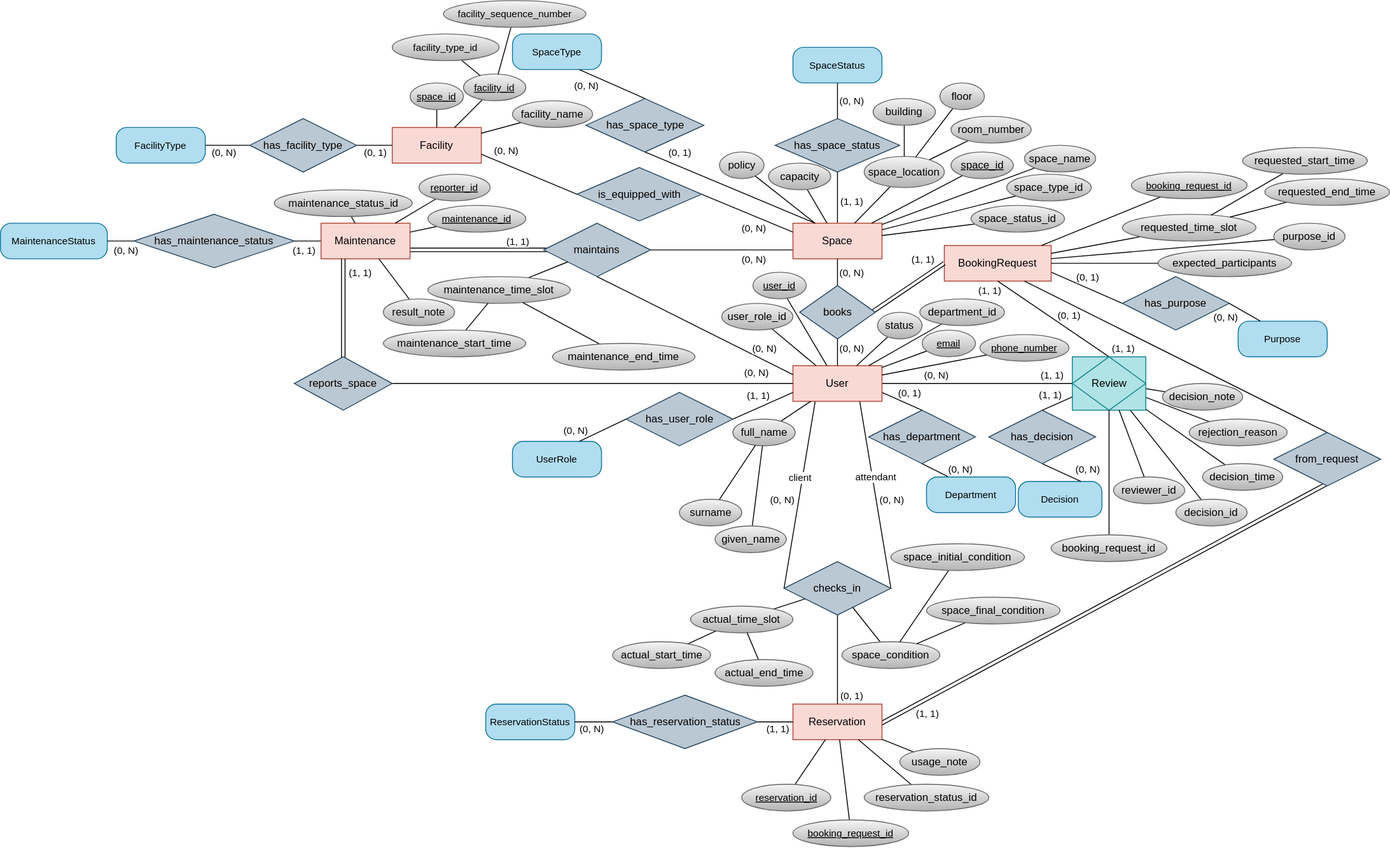
This is assets/conceptual.svg from fungusdesu/cs486-project, a draw.io export, as it was before one commit. Source tidied: cells renumbered, new cells last; positions are measured from the earlier drawing's top-left corner, leaving out a move shared by most shapes.
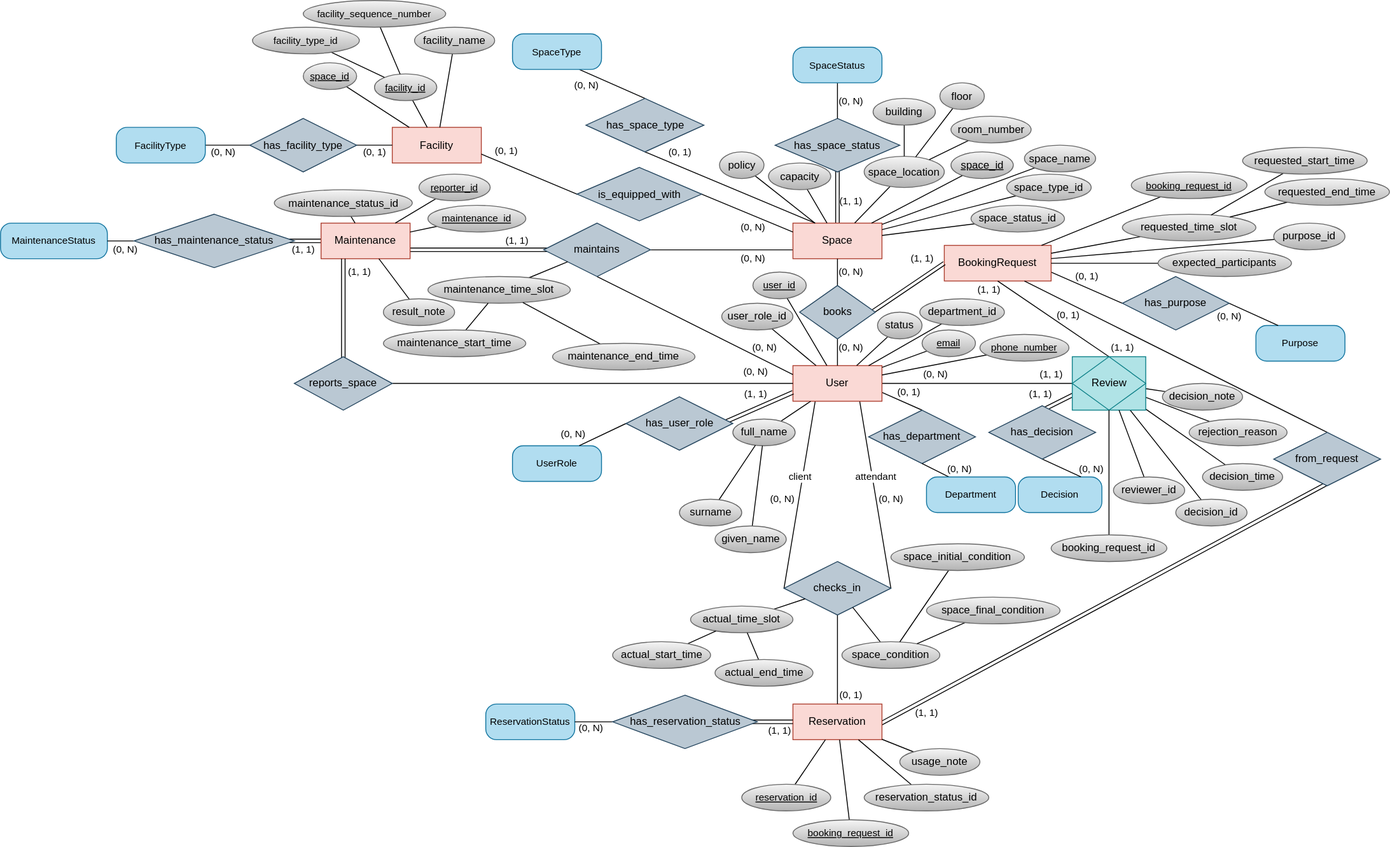
Later version of the same file.

Commit message:
added bkp files to gitignore and fixred svg diagram conceptual

What changed in the source:
```diff
@@ -2,6 +2,9 @@
   <root>
     <mxCell id="0" />
     <mxCell id="1" parent="0" />
+    <mxCell id="199" style="edgeStyle=none;shape=link;rounded=0;jettySize=auto;html=1;exitX=0.076;exitY=0.667;exitDx=0;exitDy=0;entryX=0.417;entryY=0.167;entryDx=0;entryDy=0;strokeColor=default;align=center;verticalAlign=middle;fontFamily=Helvetica;fontSize=11;fontColor=default;labelBackgroundColor=default;endArrow=none;endFill=0;exitPerimeter=0;entryPerimeter=0;" parent="1" edge="1" source="156" target="198">
+      <mxGeometry relative="1" as="geometry" />
+    </mxCell>
     <mxCell id="2" style="rounded=0;jettySize=auto;html=1;entryX=0.978;entryY=0.56;entryDx=0;entryDy=0;endArrow=none;endFill=0;exitX=0.542;exitY=0.911;exitDx=0;exitDy=0;shape=link;entryPerimeter=0;exitPerimeter=0;" parent="1" edge="1" source="32" target="16">
       <mxGeometry relative="1" as="geometry" />
     </mxCell>
@@ -11,7 +14,7 @@
     <mxCell id="4" style="rounded=0;jettySize=auto;html=1;exitX=0;exitY=0.75;exitDx=0;exitDy=0;entryX=1;entryY=0.5;entryDx=0;entryDy=0;endArrow=none;endFill=0;" parent="1" edge="1" source="6" target="34">
       <mxGeometry relative="1" as="geometry" />
     </mxCell>
-    <mxCell id="5" style="edgeStyle=none;shape=connector;rounded=0;jettySize=auto;html=1;exitX=0.5;exitY=0;exitDx=0;exitDy=0;entryX=0.5;entryY=1;entryDx=0;entryDy=0;strokeColor=default;align=center;verticalAlign=middle;fontFamily=Helvetica;fontSize=11;fontColor=default;labelBackgroundColor=default;endArrow=none;endFill=0;" parent="1" edge="1" source="6" target="175">
+    <mxCell id="5" style="edgeStyle=none;shape=link;rounded=0;jettySize=auto;html=1;exitX=0.5;exitY=0;exitDx=0;exitDy=0;strokeColor=default;align=center;verticalAlign=middle;fontFamily=Helvetica;fontSize=11;fontColor=default;labelBackgroundColor=default;endArrow=none;endFill=0;curved=0;entryX=0.5;entryY=0.792;entryDx=0;entryDy=0;entryPerimeter=0;" parent="1" edge="1" source="6" target="175">
       <mxGeometry relative="1" as="geometry" />
     </mxCell>
     <mxCell id="6" value="&lt;div&gt;Space&lt;/div&gt;" style="whiteSpace=wrap;html=1;align=center;fillColor=#fad9d5;strokeColor=#ae4132;" parent="1" vertex="1">
@@ -54,7 +57,7 @@
     <mxCell id="17" style="rounded=0;jettySize=auto;html=1;exitX=1;exitY=0.75;exitDx=0;exitDy=0;entryX=0.035;entryY=0.5;entryDx=0;entryDy=0;endArrow=none;endFill=0;shape=link;entryPerimeter=0;" parent="1" edge="1" source="19" target="34">
       <mxGeometry relative="1" as="geometry" />
     </mxCell>
-    <mxCell id="18" style="edgeStyle=none;shape=connector;rounded=0;jettySize=auto;html=1;exitX=0;exitY=0.5;exitDx=0;exitDy=0;entryX=1;entryY=0.5;entryDx=0;entryDy=0;strokeColor=default;align=center;verticalAlign=middle;fontFamily=Helvetica;fontSize=11;fontColor=default;labelBackgroundColor=default;endArrow=none;endFill=0;" parent="1" edge="1" source="19" target="210">
+    <mxCell id="18" style="edgeStyle=none;shape=link;rounded=0;jettySize=auto;html=1;exitX=0;exitY=0.5;exitDx=0;exitDy=0;strokeColor=default;align=center;verticalAlign=middle;fontFamily=Helvetica;fontSize=11;fontColor=default;labelBackgroundColor=default;endArrow=none;endFill=0;entryX=0.944;entryY=0.5;entryDx=0;entryDy=0;entryPerimeter=0;" parent="1" edge="1" source="19" target="210">
       <mxGeometry relative="1" as="geometry" />
     </mxCell>
     <mxCell id="19" value="Maintenance" style="whiteSpace=wrap;html=1;align=center;fillColor=#fad9d5;strokeColor=#ae4132;" parent="1" vertex="1">
@@ -63,7 +66,7 @@
     <mxCell id="20" style="rounded=0;jettySize=auto;html=1;endArrow=none;endFill=0;exitX=0;exitY=0.5;exitDx=0;exitDy=0;entryX=1;entryY=0.75;entryDx=0;entryDy=0;" parent="1" edge="1" source="23" target="3">
       <mxGeometry relative="1" as="geometry" />
     </mxCell>
-    <mxCell id="21" value="(0, N)" style="edgeLabel;html=1;align=center;verticalAlign=middle;fontFamily=Helvetica;fontSize=11;fontColor=default;labelBackgroundColor=default;" parent="20" vertex="1">
+    <mxCell id="21" value="(0, 1)" style="edgeLabel;html=1;align=center;verticalAlign=middle;fontFamily=Helvetica;fontSize=11;fontColor=default;labelBackgroundColor=default;" parent="20" vertex="1">
       <mxGeometry x="0.43" y="-1" relative="1" as="geometry">
         <mxPoint x="-4" y="-16" as="offset" />
       </mxGeometry>
@@ -227,31 +230,31 @@
       <mxGeometry relative="1" as="geometry" />
     </mxCell>
     <mxCell id="74" value="facility_id" style="ellipse;whiteSpace=wrap;html=1;align=center;fontStyle=4;fontFamily=Helvetica;fontSize=11;labelBackgroundColor=none;fillColor=#f5f5f5;gradientColor=#b3b3b3;strokeColor=#666666;" parent="1" vertex="1">
-      <mxGeometry x="520" y="82.5" width="70" height="30" as="geometry" />
+      <mxGeometry x="420" y="82.5" width="70" height="30" as="geometry" />
     </mxCell>
     <mxCell id="75" style="edgeStyle=none;shape=connector;rounded=0;jettySize=auto;html=1;strokeColor=default;align=center;verticalAlign=middle;fontFamily=Helvetica;fontSize=11;fontColor=default;labelBackgroundColor=default;endArrow=none;endFill=0;" parent="1" edge="1" source="76" target="3">
       <mxGeometry relative="1" as="geometry" />
     </mxCell>
     <mxCell id="76" value="space_id" style="ellipse;whiteSpace=wrap;html=1;align=center;fontStyle=4;fontFamily=Helvetica;fontSize=11;labelBackgroundColor=none;fillColor=#f5f5f5;gradientColor=#b3b3b3;strokeColor=#666666;" parent="1" vertex="1">
-      <mxGeometry x="460" y="92.5" width="60" height="30" as="geometry" />
+      <mxGeometry x="340" y="70" width="60" height="30" as="geometry" />
     </mxCell>
     <mxCell id="77" style="edgeStyle=none;shape=connector;rounded=0;jettySize=auto;html=1;strokeColor=default;align=center;verticalAlign=middle;fontFamily=Helvetica;fontSize=11;fontColor=default;labelBackgroundColor=default;endArrow=none;endFill=0;" parent="1" edge="1" source="78" target="3">
       <mxGeometry relative="1" as="geometry" />
     </mxCell>
     <mxCell id="78" value="facility_name" style="ellipse;whiteSpace=wrap;html=1;align=center;fillColor=#f5f5f5;gradientColor=#b3b3b3;strokeColor=#666666;labelBackgroundColor=none;" parent="1" vertex="1">
-      <mxGeometry x="575" y="112.5" width="90" height="30" as="geometry" />
+      <mxGeometry x="465" y="30" width="90" height="30" as="geometry" />
     </mxCell>
     <mxCell id="79" style="edgeStyle=none;shape=connector;rounded=0;jettySize=auto;html=1;strokeColor=default;align=center;verticalAlign=middle;fontFamily=Helvetica;fontSize=11;fontColor=default;labelBackgroundColor=default;endArrow=none;endFill=0;" parent="1" edge="1" source="80" target="74">
       <mxGeometry relative="1" as="geometry" />
     </mxCell>
     <mxCell id="80" value="facility_type_id" style="ellipse;whiteSpace=wrap;html=1;align=center;fontStyle=0;fontFamily=Helvetica;fontSize=11;labelBackgroundColor=none;fillColor=#f5f5f5;gradientColor=#b3b3b3;strokeColor=#666666;" parent="1" vertex="1">
-      <mxGeometry x="440" y="37.5" width="120" height="30" as="geometry" />
+      <mxGeometry x="283" y="30" width="120" height="30" as="geometry" />
     </mxCell>
     <mxCell id="81" style="edgeStyle=none;shape=connector;rounded=0;jettySize=auto;html=1;strokeColor=default;align=center;verticalAlign=middle;fontFamily=Helvetica;fontSize=11;fontColor=default;labelBackgroundColor=default;endArrow=none;endFill=0;" parent="1" edge="1" source="82" target="74">
       <mxGeometry relative="1" as="geometry" />
     </mxCell>
     <mxCell id="82" value="facility_sequence_number" style="ellipse;whiteSpace=wrap;html=1;align=center;fontStyle=0;fontFamily=Helvetica;fontSize=11;labelBackgroundColor=none;fillColor=#f5f5f5;gradientColor=#b3b3b3;strokeColor=#666666;" parent="1" vertex="1">
-      <mxGeometry x="497.5" width="160" height="30" as="geometry" />
+      <mxGeometry x="340" width="160" height="30" as="geometry" />
     </mxCell>
     <mxCell id="83" style="edgeStyle=none;shape=connector;rounded=0;jettySize=auto;html=1;strokeColor=default;align=center;verticalAlign=middle;fontFamily=Helvetica;fontSize=11;fontColor=default;labelBackgroundColor=default;endArrow=none;endFill=0;" parent="1" edge="1" source="84" target="15">
       <mxGeometry relative="1" as="geometry" />
@@ -495,9 +498,6 @@
     <mxCell id="162" value="reviewer_id" style="ellipse;whiteSpace=wrap;html=1;align=center;fillColor=#f5f5f5;gradientColor=#b3b3b3;strokeColor=#666666;labelBackgroundColor=none;" parent="1" vertex="1">
       <mxGeometry x="1250" y="535" width="80" height="30" as="geometry" />
     </mxCell>
-    <mxCell id="163" value="SpaceType" style="rounded=1;arcSize=30;whiteSpace=wrap;html=1;align=center;fontFamily=Helvetica;fontSize=11;labelBackgroundColor=none;glass=0;shadow=0;perimeterSpacing=0;strokeWidth=1;fillColor=#b1ddf0;strokeColor=#10739e;" parent="1" vertex="1">
-      <mxGeometry x="575" y="37.5" width="100" height="40" as="geometry" />
-    </mxCell>
     <mxCell id="164" style="edgeStyle=none;shape=connector;rounded=0;jettySize=auto;html=1;exitX=0.5;exitY=1;exitDx=0;exitDy=0;entryX=0.25;entryY=0;entryDx=0;entryDy=0;strokeColor=default;align=center;verticalAlign=middle;fontFamily=Helvetica;fontSize=11;fontColor=default;labelBackgroundColor=default;endArrow=none;endFill=0;" parent="1" edge="1" source="166" target="6">
       <mxGeometry relative="1" as="geometry" />
     </mxCell>
@@ -514,24 +514,24 @@
       <mxGeometry x="762.5" y="170" as="geometry" />
     </mxCell>
     <mxCell id="169" value="UserRole" style="rounded=1;arcSize=30;whiteSpace=wrap;html=1;align=center;fontFamily=Helvetica;fontSize=11;labelBackgroundColor=none;glass=0;shadow=0;perimeterSpacing=0;strokeWidth=1;fillColor=#b1ddf0;strokeColor=#10739e;" parent="1" vertex="1">
-      <mxGeometry x="575" y="495" width="100" height="40" as="geometry" />
+      <mxGeometry x="575" y="500" width="100" height="40" as="geometry" />
     </mxCell>
-    <mxCell id="170" style="edgeStyle=none;shape=connector;rounded=0;jettySize=auto;html=1;exitX=1;exitY=0.5;exitDx=0;exitDy=0;strokeColor=default;align=center;verticalAlign=middle;fontFamily=Helvetica;fontSize=11;fontColor=default;labelBackgroundColor=default;endArrow=none;endFill=0;entryX=0;entryY=0.75;entryDx=0;entryDy=0;" parent="1" edge="1" source="172" target="13">
+    <mxCell id="170" style="edgeStyle=none;shape=link;rounded=0;jettySize=auto;html=1;exitX=0.896;exitY=0.5;exitDx=0;exitDy=0;strokeColor=default;align=center;verticalAlign=middle;fontFamily=Helvetica;fontSize=11;fontColor=default;labelBackgroundColor=default;endArrow=none;endFill=0;entryX=0;entryY=0.75;entryDx=0;entryDy=0;exitPerimeter=0;" parent="1" edge="1" source="172" target="13">
       <mxGeometry relative="1" as="geometry" />
     </mxCell>
     <mxCell id="171" style="edgeStyle=none;shape=connector;rounded=0;jettySize=auto;html=1;exitX=0;exitY=0.5;exitDx=0;exitDy=0;entryX=0.75;entryY=0;entryDx=0;entryDy=0;strokeColor=default;align=center;verticalAlign=middle;fontFamily=Helvetica;fontSize=11;fontColor=default;labelBackgroundColor=default;endArrow=none;endFill=0;" parent="1" edge="1" source="172" target="169">
       <mxGeometry relative="1" as="geometry" />
     </mxCell>
     <mxCell id="172" value="has_user_role" style="shape=rhombus;perimeter=rhombusPerimeter;whiteSpace=wrap;html=1;align=center;strokeColor=#23445d;verticalAlign=middle;fontFamily=Helvetica;fontSize=12;fillColor=#bac8d3;fontColor=default;" parent="1" vertex="1">
-      <mxGeometry x="702.5" y="440" width="120" height="60" as="geometry" />
+      <mxGeometry x="702.5" y="445" width="120" height="60" as="geometry" />
     </mxCell>
     <mxCell id="173" value="(1, 1)" style="edgeLabel;html=1;align=center;verticalAlign=middle;fontFamily=Helvetica;fontSize=11;fontColor=default;labelBackgroundColor=default;" parent="1" vertex="1">
-      <mxGeometry x="852" y="446" as="geometry">
+      <mxGeometry x="850" y="445" as="geometry">
         <mxPoint x="-2" y="-3" as="offset" />
       </mxGeometry>
     </mxCell>
     <mxCell id="174" value="(0, N)" style="edgeLabel;html=1;align=center;verticalAlign=middle;fontFamily=Helvetica;fontSize=11;fontColor=default;labelBackgroundColor=default;" parent="1" vertex="1">
-      <mxGeometry x="647.5" y="485" as="geometry">
+      <mxGeometry x="645" y="490" as="geometry">
         <mxPoint x="-2" y="-3" as="offset" />
       </mxGeometry>
     </mxCell>
@@ -584,7 +584,7 @@
       <mxGeometry x="420" y="170" as="geometry" />
     </mxCell>
     <mxCell id="191" value="Purpose" style="rounded=1;arcSize=30;whiteSpace=wrap;html=1;align=center;fontFamily=Helvetica;fontSize=11;labelBackgroundColor=none;glass=0;shadow=0;perimeterSpacing=0;strokeWidth=1;fillColor=#b1ddf0;strokeColor=#10739e;" parent="1" vertex="1">
-      <mxGeometry x="1390" y="360" width="100" height="40" as="geometry" />
+      <mxGeometry x="1410" y="365" width="100" height="40" as="geometry" />
     </mxCell>
     <mxCell id="192" style="edgeStyle=none;shape=connector;rounded=0;jettySize=auto;html=1;exitX=1;exitY=0.5;exitDx=0;exitDy=0;entryX=0.25;entryY=0;entryDx=0;entryDy=0;strokeColor=default;align=center;verticalAlign=middle;fontFamily=Helvetica;fontSize=11;fontColor=default;labelBackgroundColor=default;endArrow=none;endFill=0;" parent="1" edge="1" source="193" target="191">
       <mxGeometry relative="1" as="geometry" />
@@ -596,32 +596,29 @@
       <mxGeometry x="1220" y="310" as="geometry" />
     </mxCell>
     <mxCell id="195" value="(0, N)" style="edgeLabel;html=1;align=center;verticalAlign=middle;fontFamily=Helvetica;fontSize=11;fontColor=default;labelBackgroundColor=default;" parent="1" vertex="1">
-      <mxGeometry x="1375" y="355" as="geometry" />
+      <mxGeometry x="1380" y="355" as="geometry" />
     </mxCell>
     <mxCell id="196" value="Decision" style="rounded=1;arcSize=30;whiteSpace=wrap;html=1;align=center;fontFamily=Helvetica;fontSize=11;labelBackgroundColor=none;glass=0;shadow=0;perimeterSpacing=0;strokeWidth=1;fillColor=#b1ddf0;strokeColor=#10739e;" parent="1" vertex="1">
-      <mxGeometry x="1143" y="540" width="94" height="40" as="geometry" />
+      <mxGeometry x="1143" y="535" width="94" height="40" as="geometry" />
     </mxCell>
     <mxCell id="197" style="edgeStyle=none;shape=connector;rounded=0;jettySize=auto;html=1;exitX=0.5;exitY=1;exitDx=0;exitDy=0;entryX=0.75;entryY=0;entryDx=0;entryDy=0;strokeColor=default;align=center;verticalAlign=middle;fontFamily=Helvetica;fontSize=11;fontColor=default;labelBackgroundColor=default;endArrow=none;endFill=0;" parent="1" edge="1" source="198" target="196">
       <mxGeometry relative="1" as="geometry" />
     </mxCell>
     <mxCell id="198" value="has_decision" style="shape=rhombus;perimeter=rhombusPerimeter;whiteSpace=wrap;html=1;align=center;strokeColor=#23445d;verticalAlign=middle;fontFamily=Helvetica;fontSize=12;fillColor=#bac8d3;fontColor=default;" parent="1" vertex="1">
-      <mxGeometry x="1110" y="460" width="120" height="60" as="geometry" />
+      <mxGeometry x="1110" y="455" width="120" height="60" as="geometry" />
     </mxCell>
-    <mxCell id="199" style="edgeStyle=none;shape=connector;rounded=0;jettySize=auto;html=1;exitX=0;exitY=0.75;exitDx=0;exitDy=0;entryX=0.5;entryY=0;entryDx=0;entryDy=0;strokeColor=default;align=center;verticalAlign=middle;fontFamily=Helvetica;fontSize=11;fontColor=default;labelBackgroundColor=default;endArrow=none;endFill=0;" parent="1" edge="1" source="156" target="198">
-      <mxGeometry relative="1" as="geometry" />
-    </mxCell>
     <mxCell id="200" value="(1, 1)" style="edgeLabel;html=1;align=center;verticalAlign=middle;fontFamily=Helvetica;fontSize=11;fontColor=default;labelBackgroundColor=default;" parent="1" vertex="1">
-      <mxGeometry x="1180" y="445" as="geometry">
+      <mxGeometry x="1170" y="445" as="geometry">
         <mxPoint x="-2" y="-3" as="offset" />
       </mxGeometry>
     </mxCell>
     <mxCell id="201" value="(0, N)" style="edgeLabel;html=1;align=center;verticalAlign=middle;fontFamily=Helvetica;fontSize=11;fontColor=default;labelBackgroundColor=default;" parent="1" vertex="1">
-      <mxGeometry x="1220" y="526" as="geometry" />
+      <mxGeometry x="1225" y="526" as="geometry" />
     </mxCell>
     <mxCell id="202" value="ReservationStatus" style="rounded=1;arcSize=30;whiteSpace=wrap;html=1;align=center;fontFamily=Helvetica;fontSize=11;labelBackgroundColor=none;glass=0;shadow=0;perimeterSpacing=0;strokeWidth=1;fillColor=#b1ddf0;strokeColor=#10739e;" parent="1" vertex="1">
       <mxGeometry x="545" y="790" width="100" height="40" as="geometry" />
     </mxCell>
-    <mxCell id="203" style="edgeStyle=none;shape=connector;rounded=0;jettySize=auto;html=1;exitX=1;exitY=0.5;exitDx=0;exitDy=0;entryX=0;entryY=0.5;entryDx=0;entryDy=0;strokeColor=default;align=center;verticalAlign=middle;fontFamily=Helvetica;fontSize=11;fontColor=default;labelBackgroundColor=default;endArrow=none;endFill=0;" parent="1" edge="1" source="205" target="16">
+    <mxCell id="203" style="edgeStyle=none;shape=link;rounded=0;jettySize=auto;html=1;exitX=0.938;exitY=0.5;exitDx=0;exitDy=0;entryX=0;entryY=0.5;entryDx=0;entryDy=0;strokeColor=default;align=center;verticalAlign=middle;fontFamily=Helvetica;fontSize=11;fontColor=default;labelBackgroundColor=default;endArrow=none;endFill=0;exitPerimeter=0;" parent="1" edge="1" source="205" target="16">
       <mxGeometry relative="1" as="geometry" />
     </mxCell>
     <mxCell id="204" style="edgeStyle=none;shape=connector;rounded=0;jettySize=auto;html=1;exitX=0;exitY=0.5;exitDx=0;exitDy=0;entryX=1;entryY=0.5;entryDx=0;entryDy=0;strokeColor=default;align=center;verticalAlign=middle;fontFamily=Helvetica;fontSize=11;fontColor=default;labelBackgroundColor=default;endArrow=none;endFill=0;" parent="1" edge="1" source="205" target="202">
@@ -631,7 +628,7 @@
       <mxGeometry x="687.5" y="780" width="162.5" height="60" as="geometry" />
     </mxCell>
     <mxCell id="206" value="(1, 1)" style="edgeLabel;html=1;align=center;verticalAlign=middle;fontFamily=Helvetica;fontSize=11;fontColor=default;labelBackgroundColor=default;" parent="1" vertex="1">
-      <mxGeometry x="872" y="817" as="geometry" />
+      <mxGeometry x="875" y="820" as="geometry" />
     </mxCell>
     <mxCell id="207" value="(0, N)" style="edgeLabel;html=1;align=center;verticalAlign=middle;fontFamily=Helvetica;fontSize=11;fontColor=default;labelBackgroundColor=default;" parent="1" vertex="1">
       <mxGeometry x="665" y="820" as="geometry">
@@ -653,5 +650,8 @@
     <mxCell id="212" value="(0, N)" style="edgeLabel;html=1;align=center;verticalAlign=middle;fontFamily=Helvetica;fontSize=11;fontColor=default;labelBackgroundColor=default;" parent="1" vertex="1">
       <mxGeometry x="140" y="280" as="geometry" />
     </mxCell>
+    <mxCell id="163" value="SpaceType" style="rounded=1;arcSize=30;whiteSpace=wrap;html=1;align=center;fontFamily=Helvetica;fontSize=11;labelBackgroundColor=none;glass=0;shadow=0;perimeterSpacing=0;strokeWidth=1;fillColor=#b1ddf0;strokeColor=#10739e;" parent="1" vertex="1">
+      <mxGeometry x="575" y="37.5" width="100" height="40" as="geometry" />
+    </mxCell>
   </root>
 </mxGraphModel>
```
